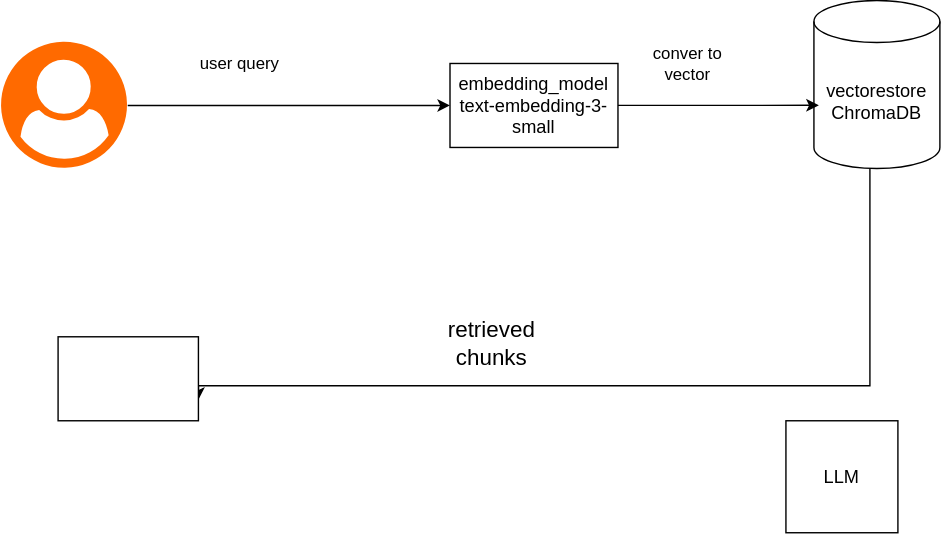
Earlier version of the draw.io export enterprise-support-copilot/docs/rag_eval.drawio.svg (AnekVicky/applied_ai). Source tidied: cells renumbered, new cells last; positions are measured from the earlier drawing's top-left corner, leaving out a move shared by most shapes.
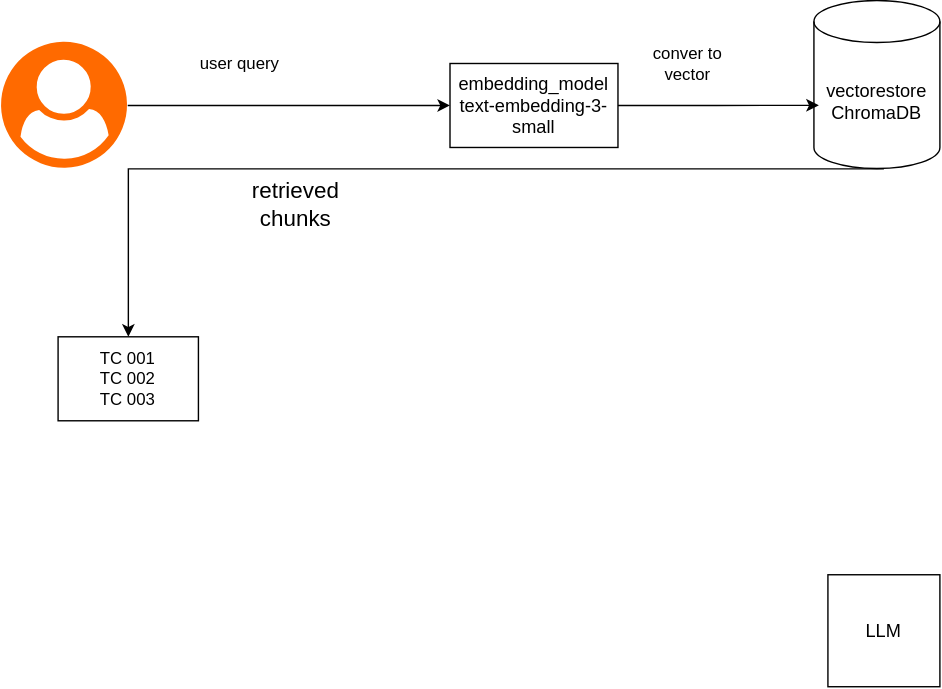
The same file after the commit.

What changed in the source:
```diff
@@ -5,13 +5,6 @@
     <mxCell id="2" value="&lt;font style=&quot;font-size: 13px;&quot;&gt;embedding_model&lt;br&gt;text-embedding-3-small&lt;/font&gt;" style="rounded=0;whiteSpace=wrap;html=1;" parent="1" vertex="1">
       <mxGeometry x="320" y="44.7" width="120" height="60" as="geometry" />
     </mxCell>
-    <mxCell id="3" style="edgeStyle=orthogonalEdgeStyle;rounded=0;jettySize=auto;html=1;entryX=1;entryY=0.75;entryDx=0;entryDy=0;" parent="1" edge="1" source="4" target="11">
-      <mxGeometry relative="1" as="geometry">
-        <Array as="points">
-          <mxPoint x="620" y="275" />
-        </Array>
-      </mxGeometry>
-    </mxCell>
     <mxCell id="4" value="&lt;font style=&quot;font-size: 13px;&quot;&gt;vectorestore&lt;br&gt;ChromaDB&lt;/font&gt;" style="shape=cylinder3;whiteSpace=wrap;html=1;boundedLbl=1;backgroundOutline=1;size=15;" parent="1" vertex="1">
       <mxGeometry x="580" y="-0.3" width="90" height="120" as="geometry" />
     </mxCell>
@@ -22,7 +15,7 @@
       <mxGeometry x="-0.3" y="29.7" width="90" height="90" as="geometry" />
     </mxCell>
     <mxCell id="7" value="&lt;font style=&quot;font-size: 13px;&quot;&gt;LLM&lt;/font&gt;" style="whiteSpace=wrap;html=1;" parent="1" vertex="1">
-      <mxGeometry x="560" y="300" width="80" height="80" as="geometry" />
+      <mxGeometry x="590" y="410" width="80" height="80" as="geometry" />
     </mxCell>
     <mxCell id="8" style="edgeStyle=orthogonalEdgeStyle;rounded=0;jettySize=auto;html=1;entryX=0.039;entryY=0.624;entryDx=0;entryDy=0;entryPerimeter=0;" parent="1" edge="1" source="2" target="4">
       <mxGeometry relative="1" as="geometry" />
@@ -30,14 +23,19 @@
     <mxCell id="9" value="user query" style="text;html=1;whiteSpace=wrap;strokeColor=none;fillColor=none;align=center;verticalAlign=middle;rounded=0;" parent="1" vertex="1">
       <mxGeometry x="140" y="29.7" width="60" height="30" as="geometry" />
     </mxCell>
+    <mxCell id="13" style="edgeStyle=orthogonalEdgeStyle;rounded=0;jettySize=auto;html=1;" parent="1" edge="1" target="11">
+      <mxGeometry relative="1" as="geometry">
+        <mxPoint x="630" y="120" as="sourcePoint" />
+      </mxGeometry>
+    </mxCell>
     <mxCell id="10" value="conver to vector" style="text;html=1;whiteSpace=wrap;strokeColor=none;fillColor=none;align=center;verticalAlign=middle;rounded=0;" parent="1" vertex="1">
       <mxGeometry x="460" y="30" width="60" height="30" as="geometry" />
     </mxCell>
-    <mxCell id="11" style="rounded=0;whiteSpace=wrap;html=1;" parent="1" vertex="1">
+    <mxCell id="11" value="TC 001&lt;br&gt;TC 002&lt;br&gt;TC 003" style="rounded=0;whiteSpace=wrap;html=1;" parent="1" vertex="1">
       <mxGeometry x="40" y="240" width="100.3" height="60" as="geometry" />
     </mxCell>
     <mxCell id="12" value="&lt;font style=&quot;font-size: 16px;&quot;&gt;retrieved chunks&lt;/font&gt;" style="text;html=1;whiteSpace=wrap;strokeColor=none;fillColor=none;align=center;verticalAlign=middle;rounded=0;" parent="1" vertex="1">
-      <mxGeometry x="320" y="230" width="60" height="30" as="geometry" />
+      <mxGeometry x="180" y="130" width="60" height="30" as="geometry" />
     </mxCell>
   </root>
 </mxGraphModel>
```
